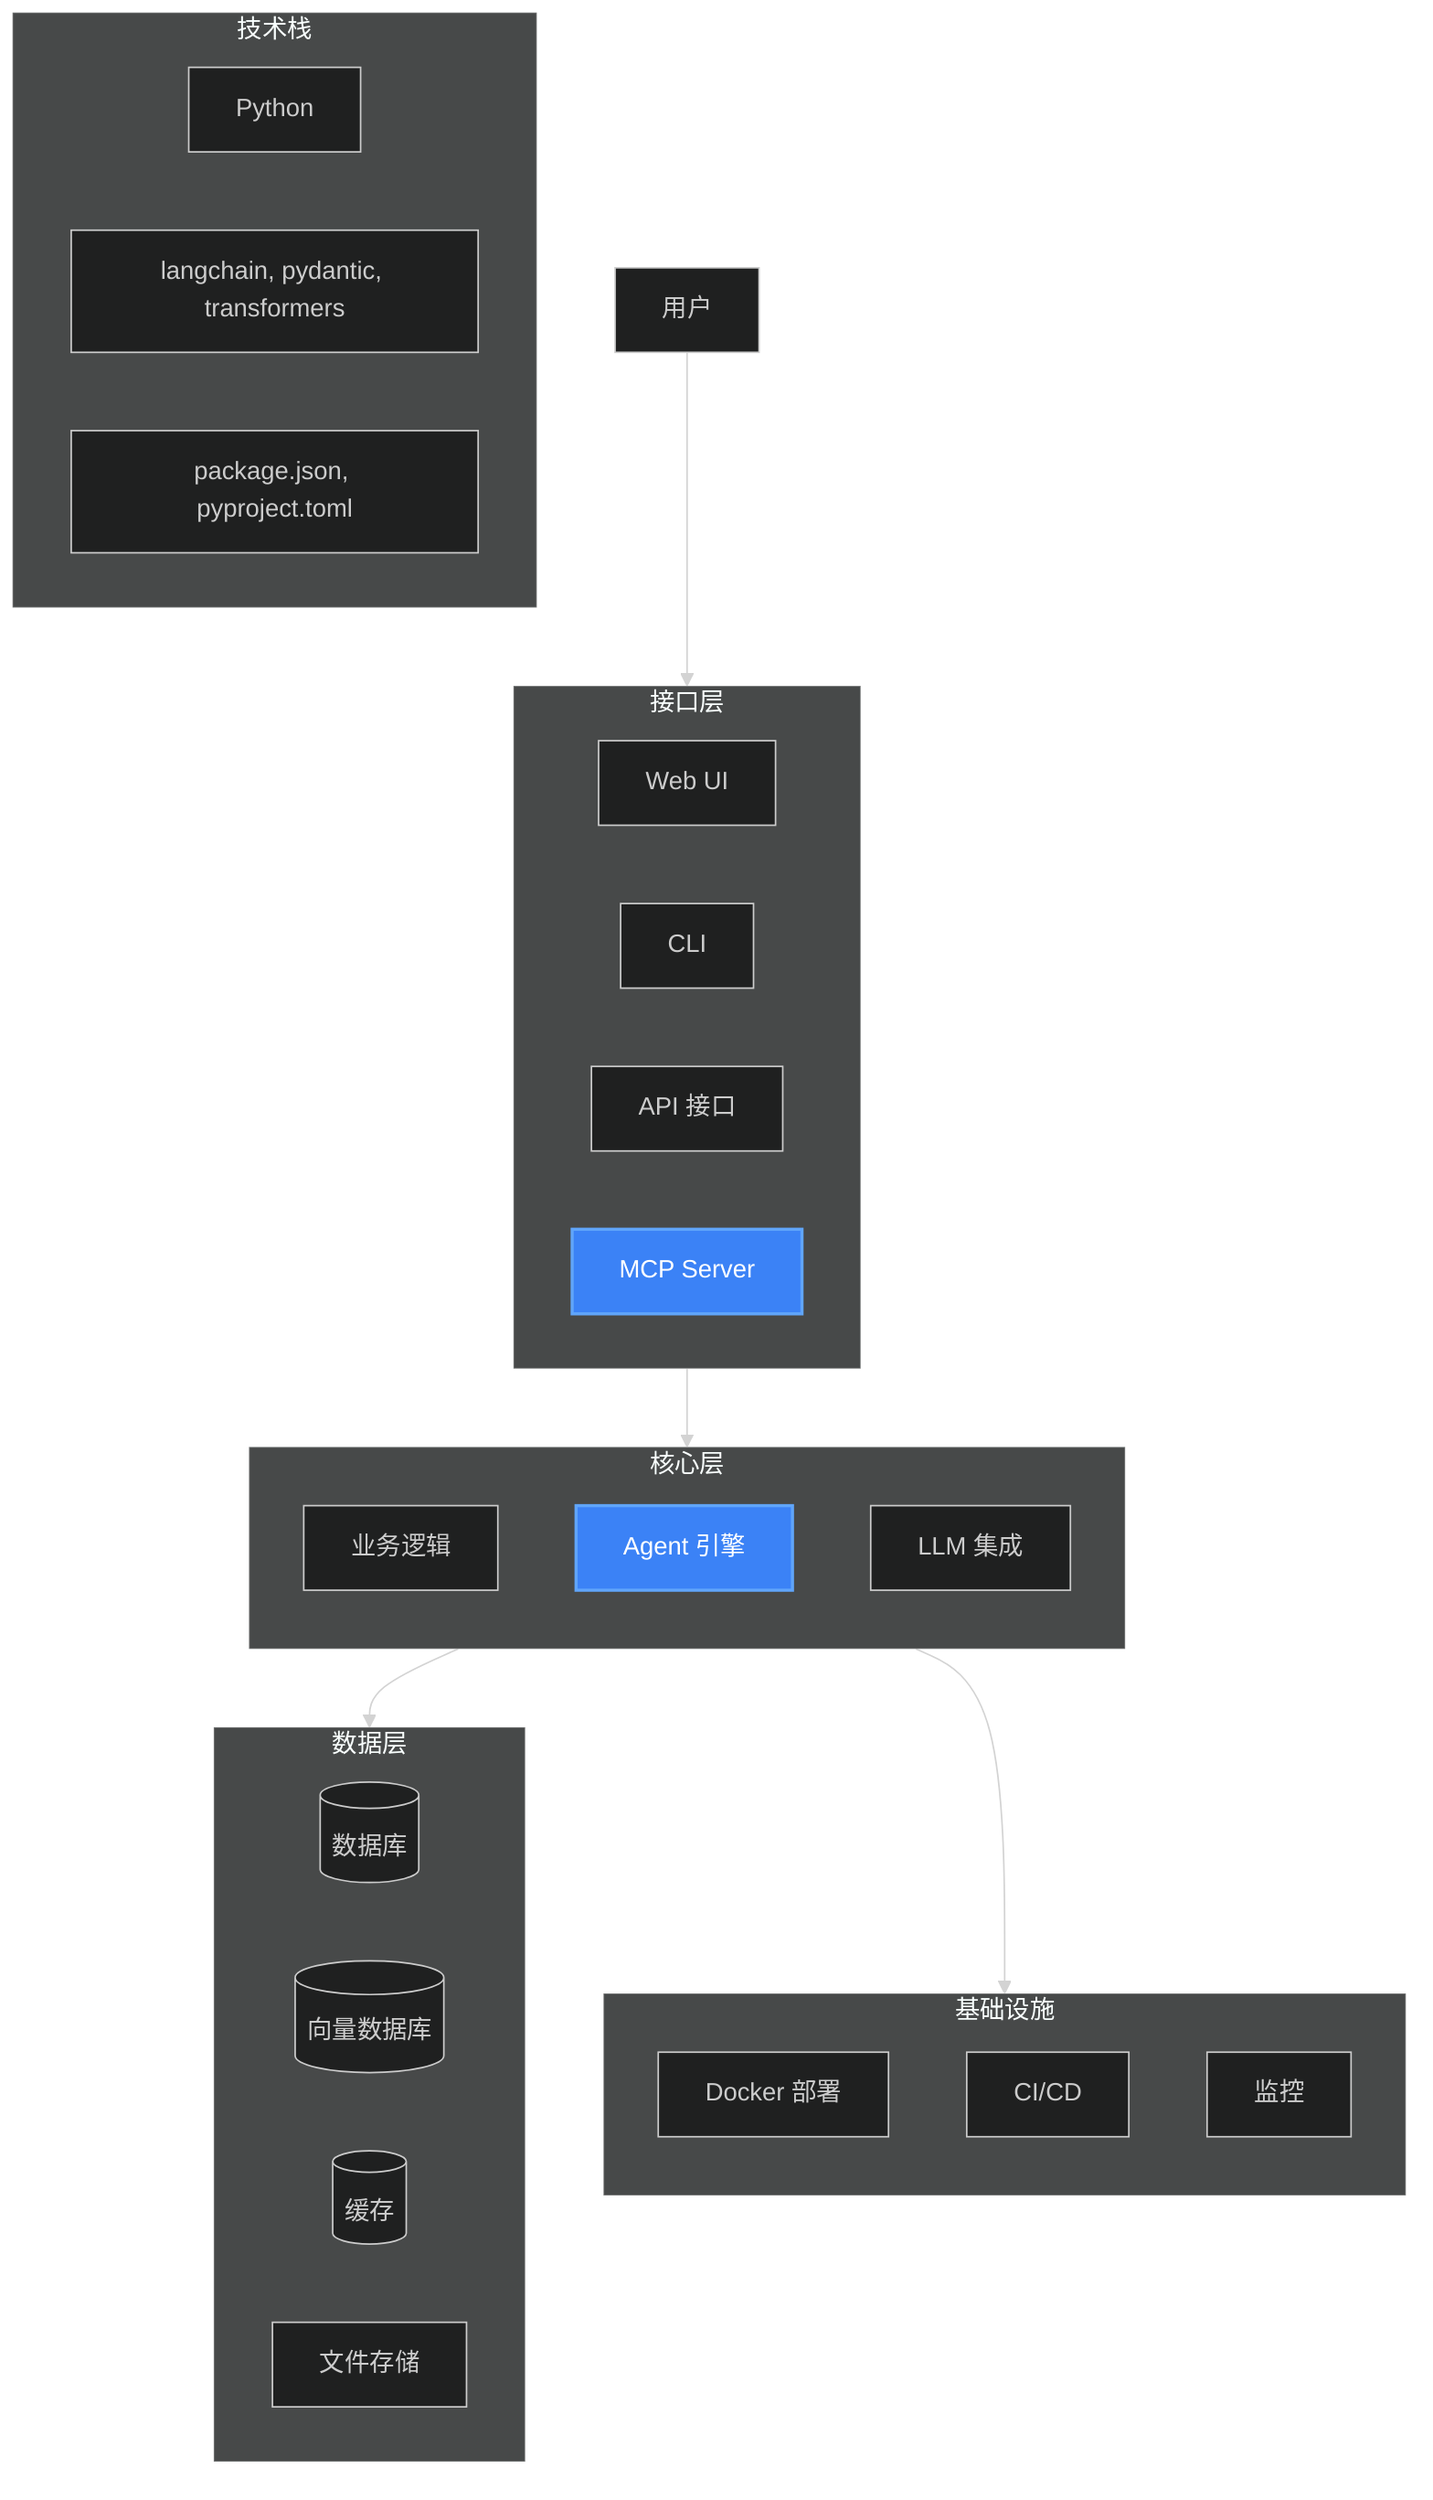
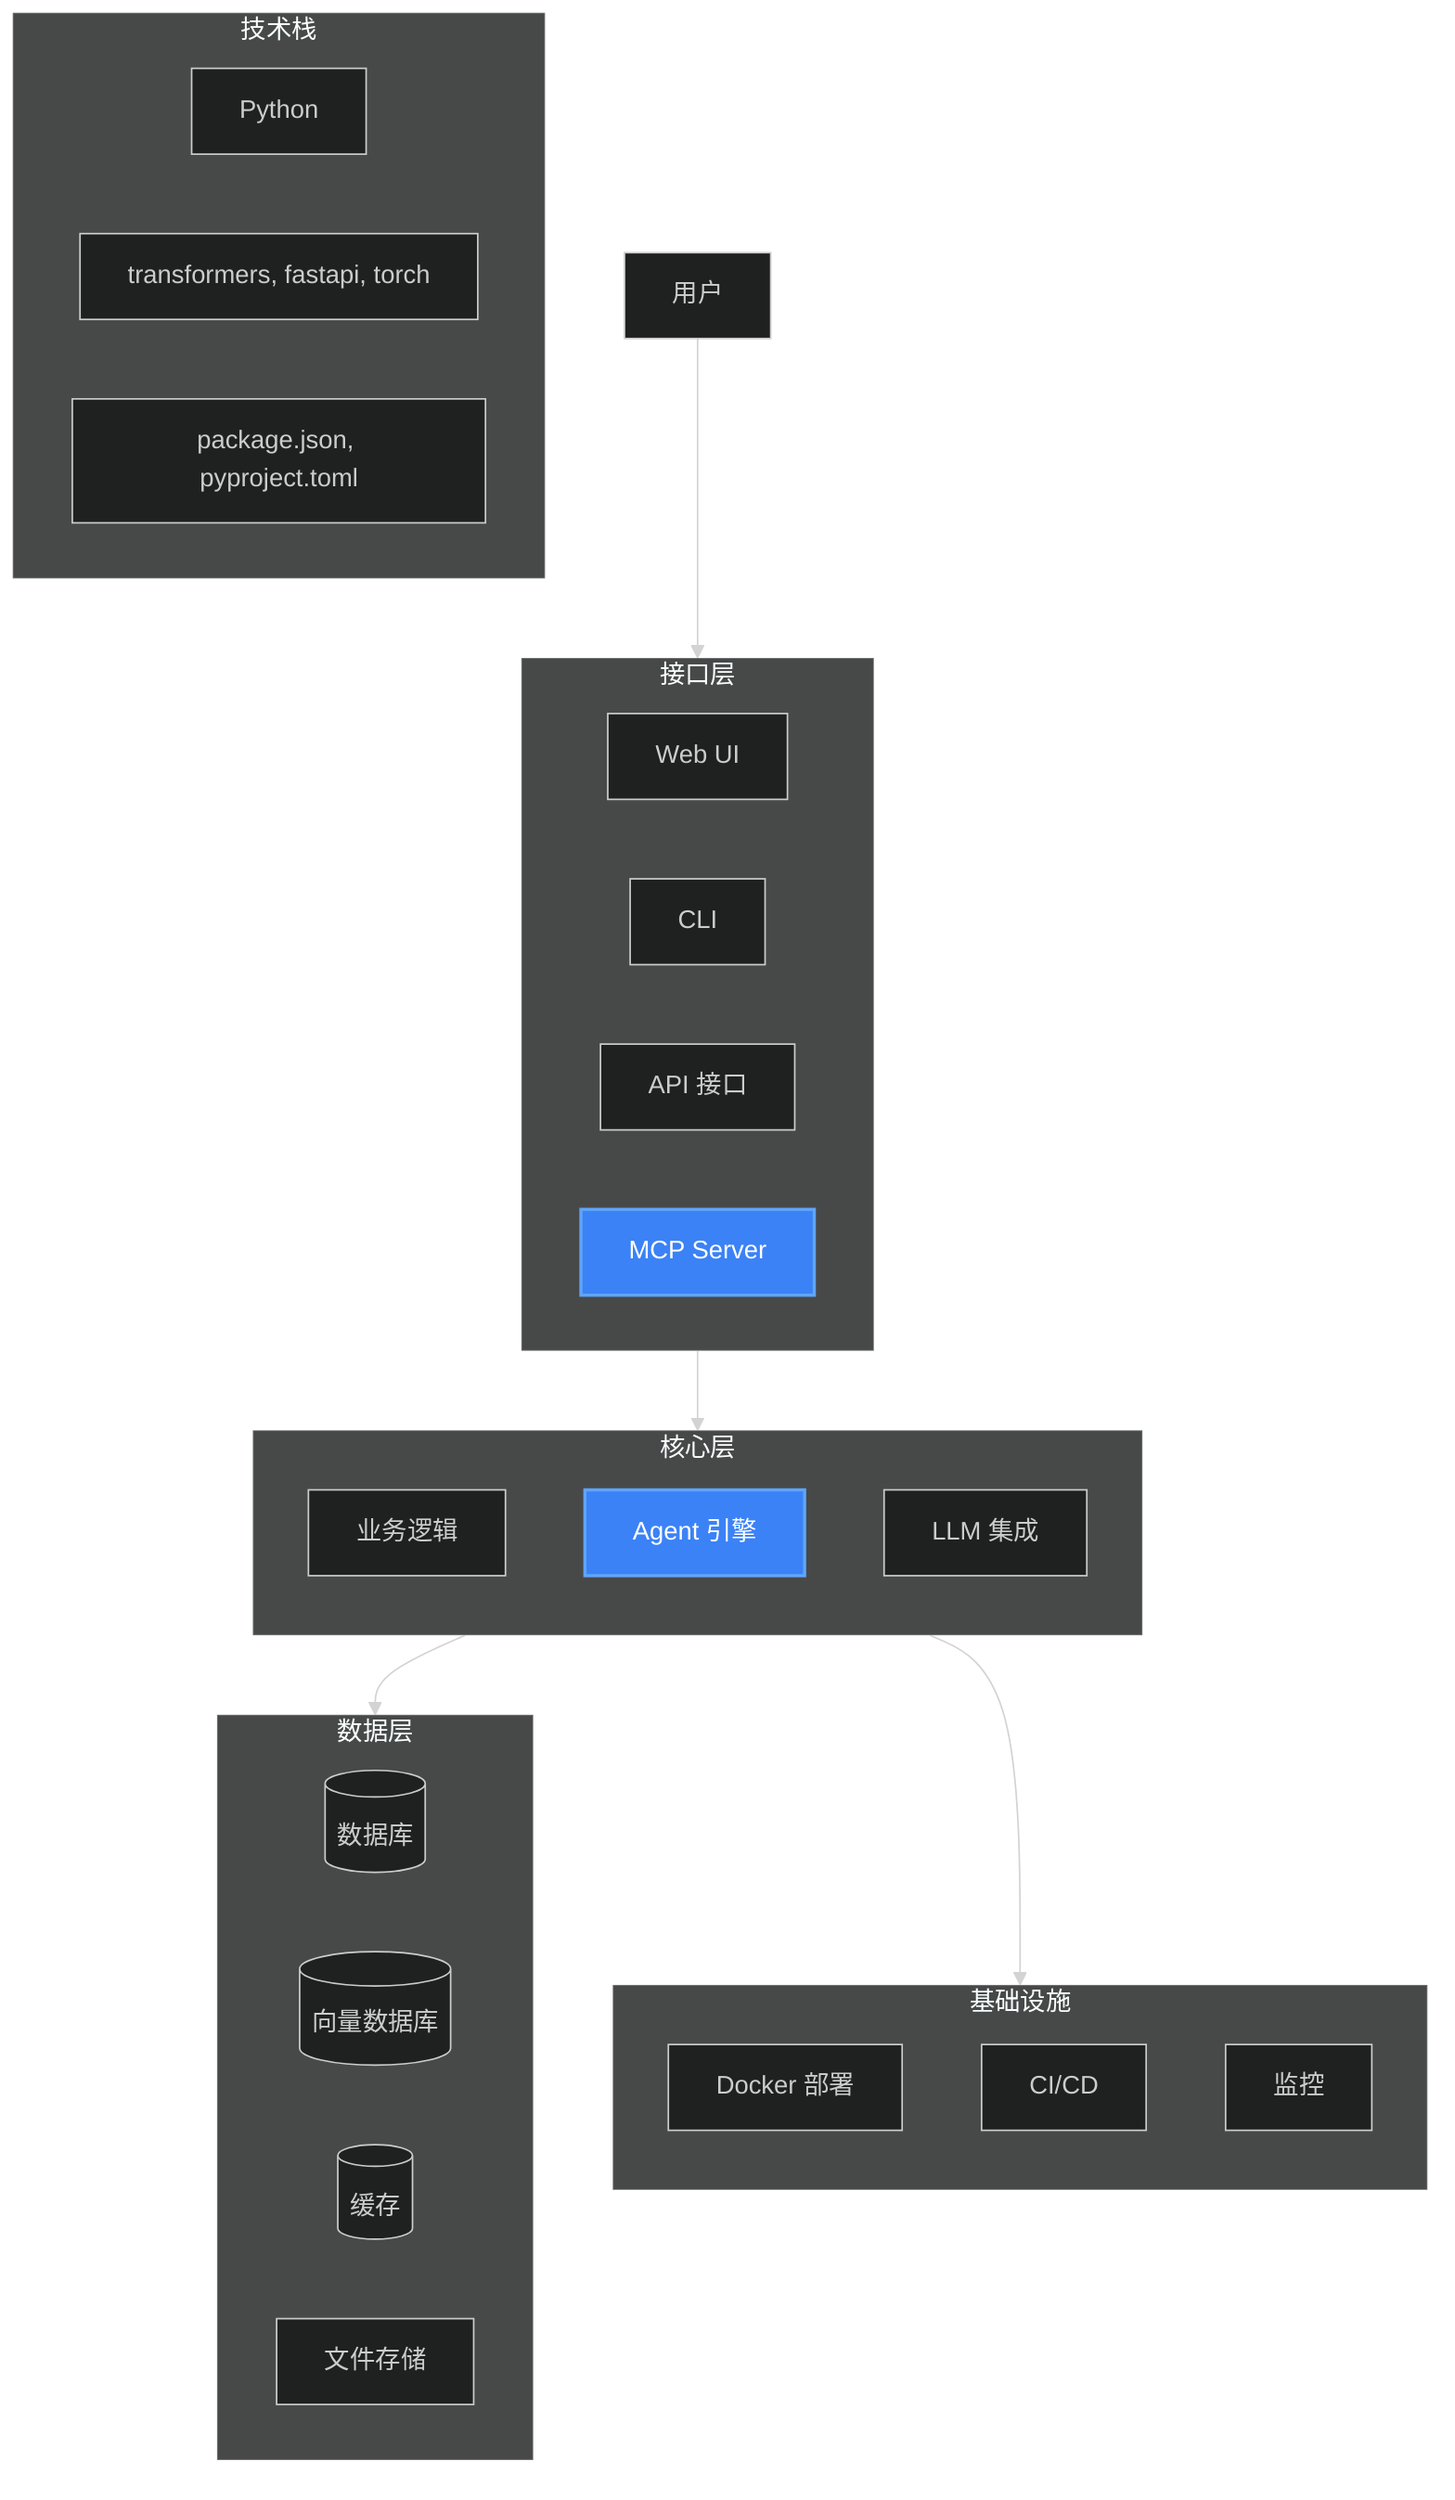
%%{init: {'theme': 'dark'}}%%
graph TB
    User[用户] --> Interface[接口层]

    subgraph Interface[接口层]
        direction LR
        WebUI[Web UI]
        CLI[CLI]
        API[API 接口]
        MCP[MCP Server]:::highlight
    end

    subgraph Core[核心层]
        direction TB
        Business[业务逻辑]
        AgentEngine[Agent 引擎]:::highlight
        LLM[LLM 集成]
    end

    subgraph Data[数据层]
        direction LR
        Database[(数据库)]
        VectorDB[(向量数据库)]
        Cache[(缓存)]
        Files[文件存储]
    end

    subgraph Infra[基础设施]
        direction TB
        Docker[Docker 部署]
        CI/CD[CI/CD]
        Monitoring[监控]
    end

    Interface --> Core
    Core --> Data
    Core --> Infra

    classDef highlight fill:#3b82f6,stroke:#60a5fa,stroke-width:2px,color:white

    %% 技术栈信息
    subgraph TechStack[技术栈]
        direction LR
        Lang[Python]
-         FW[langchain, pydantic, transformers]
+         FW[transformers, fastapi, torch]
        Deps[package.json, pyproject.toml]
    end
